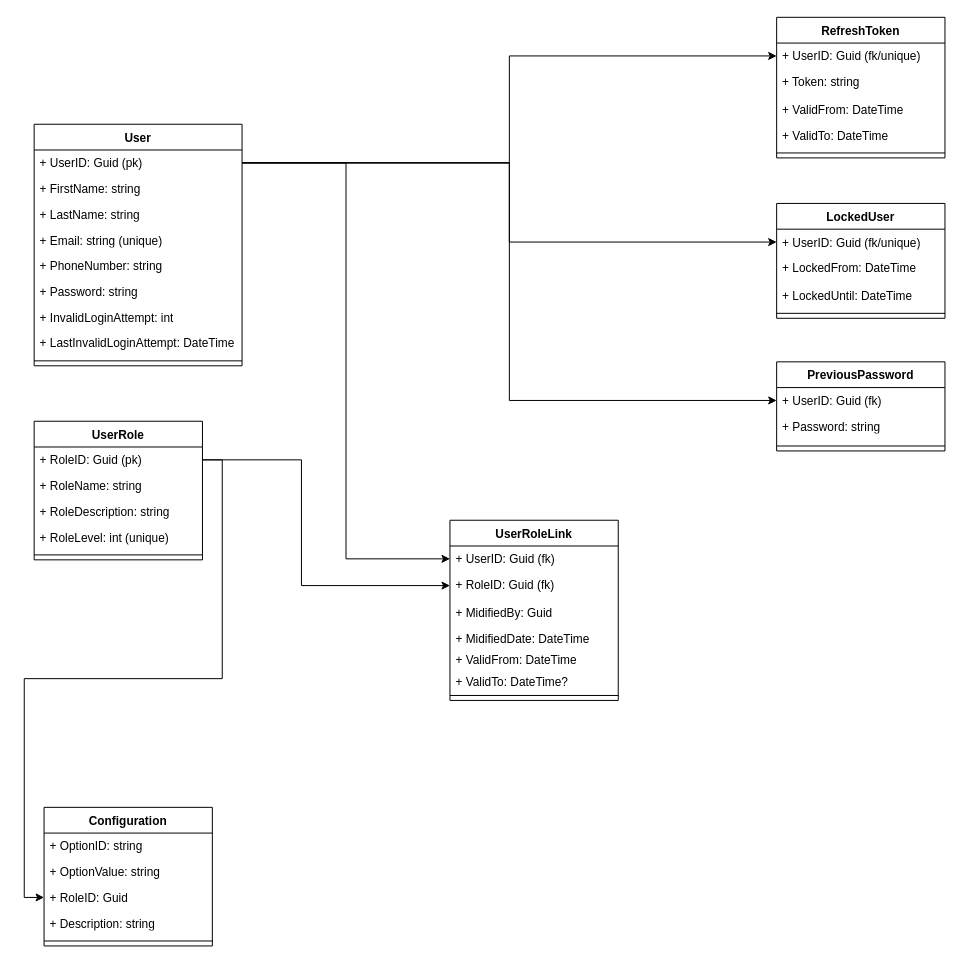
KMastalerz/Sloth keeps this draw.io diagram as documentation/uml/login-class.drawio. Above is the earlier version. Source tidied: cells renumbered, new cells numbered last; positions are measured from the earlier drawing's top-left corner, leaving out a move shared by most shapes. Both pictures are drawn from the tidied source at 99%, with x=0, y=0 at pixel (34, 17).
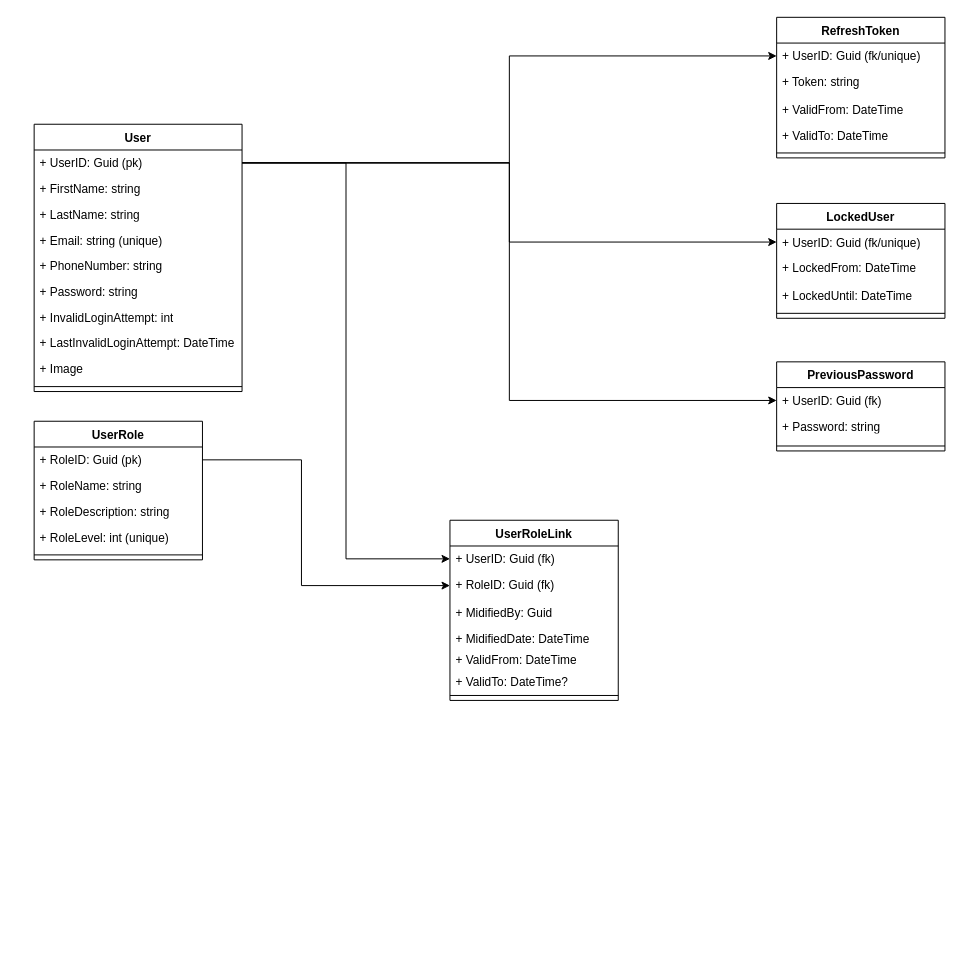
The same page after the edit.

Unchanged cells that the change refers to:
```xml
<mxCell id="13" value="+ RoleID: Guid (pk)" style="text;strokeColor=none;fillColor=none;align=left;verticalAlign=top;spacingLeft=4;spacingRight=4;overflow=hidden;points=[[0,0.5],[1,0.5]];portConstraint=eastwest;whiteSpace=wrap;html=1;" parent="12" vertex="1">
  <mxGeometry y="26" width="170" height="26" as="geometry" />
</mxCell>
```

Diff of the diagram source:
```diff
@@
     <mxCell id="2" value="User" style="swimlane;fontStyle=1;align=center;verticalAlign=top;horizontal=1;startSize=26;whiteSpace=wrap;html=1;" parent="1" vertex="1">
-      <mxGeometry y="108" width="210" height="244" as="geometry" />
+      <mxGeometry y="108" width="210" height="270" as="geometry" />
     </mxCell>
@@
+    <mxCell id="53" value="+ Image" style="text;strokeColor=none;fillColor=none;align=left;verticalAlign=top;spacingLeft=4;spacingRight=4;overflow=hidden;whiteSpace=wrap;html=1;" parent="2" vertex="1">
+      <mxGeometry y="234" width="210" height="26" as="geometry" />
+    </mxCell>
     <mxCell id="11" style="line;strokeWidth=1;fillColor=none;align=left;verticalAlign=middle;spacingTop=-1;spacingLeft=3;spacingRight=3;labelPosition=right;strokeColor=inherit;" parent="2" vertex="1">
-      <mxGeometry y="234" width="210" height="10" as="geometry" />
+      <mxGeometry y="260" width="210" height="10" as="geometry" />
     </mxCell>
@@
-    <mxCell id="46" value="Configuration" style="swimlane;fontStyle=1;align=center;verticalAlign=top;horizontal=1;startSize=26;whiteSpace=wrap;html=1;" parent="1" vertex="1">
-      <mxGeometry x="10" y="798" width="170" height="140" as="geometry" />
-    </mxCell>
-    <mxCell id="47" value="+ OptionID: string" style="text;strokeColor=none;fillColor=none;align=left;verticalAlign=top;spacingLeft=4;spacingRight=4;overflow=hidden;whiteSpace=wrap;html=1;" parent="46" vertex="1">
-      <mxGeometry y="26" width="170" height="26" as="geometry" />
-    </mxCell>
-    <mxCell id="48" value="+ OptionValue: string" style="text;strokeColor=none;fillColor=none;align=left;verticalAlign=top;spacingLeft=4;spacingRight=4;overflow=hidden;whiteSpace=wrap;html=1;" parent="46" vertex="1">
-      <mxGeometry y="52" width="170" height="26" as="geometry" />
-    </mxCell>
-    <mxCell id="49" value="+ RoleID: Guid" style="text;strokeColor=none;fillColor=none;align=left;verticalAlign=top;spacingLeft=4;spacingRight=4;overflow=hidden;points=[[0,0.5],[1,0.5]];portConstraint=eastwest;whiteSpace=wrap;html=1;" parent="46" vertex="1">
-      <mxGeometry y="78" width="170" height="26" as="geometry" />
-    </mxCell>
-    <mxCell id="50" value="+ Description: string" style="text;strokeColor=none;fillColor=none;align=left;verticalAlign=top;spacingLeft=4;spacingRight=4;overflow=hidden;whiteSpace=wrap;html=1;" parent="46" vertex="1">
-      <mxGeometry y="104" width="170" height="26" as="geometry" />
-    </mxCell>
-    <mxCell id="51" style="line;strokeWidth=1;fillColor=none;align=left;verticalAlign=middle;spacingTop=-1;spacingLeft=3;spacingRight=3;labelPosition=right;strokeColor=inherit;" parent="46" vertex="1">
-      <mxGeometry y="130" width="170" height="10" as="geometry" />
-    </mxCell>
-    <mxCell id="52" style="edgeStyle=orthogonalEdgeStyle;rounded=0;jettySize=auto;html=1;" parent="1" edge="1" source="13" target="49">
-      <mxGeometry relative="1" as="geometry" />
-    </mxCell>
```
